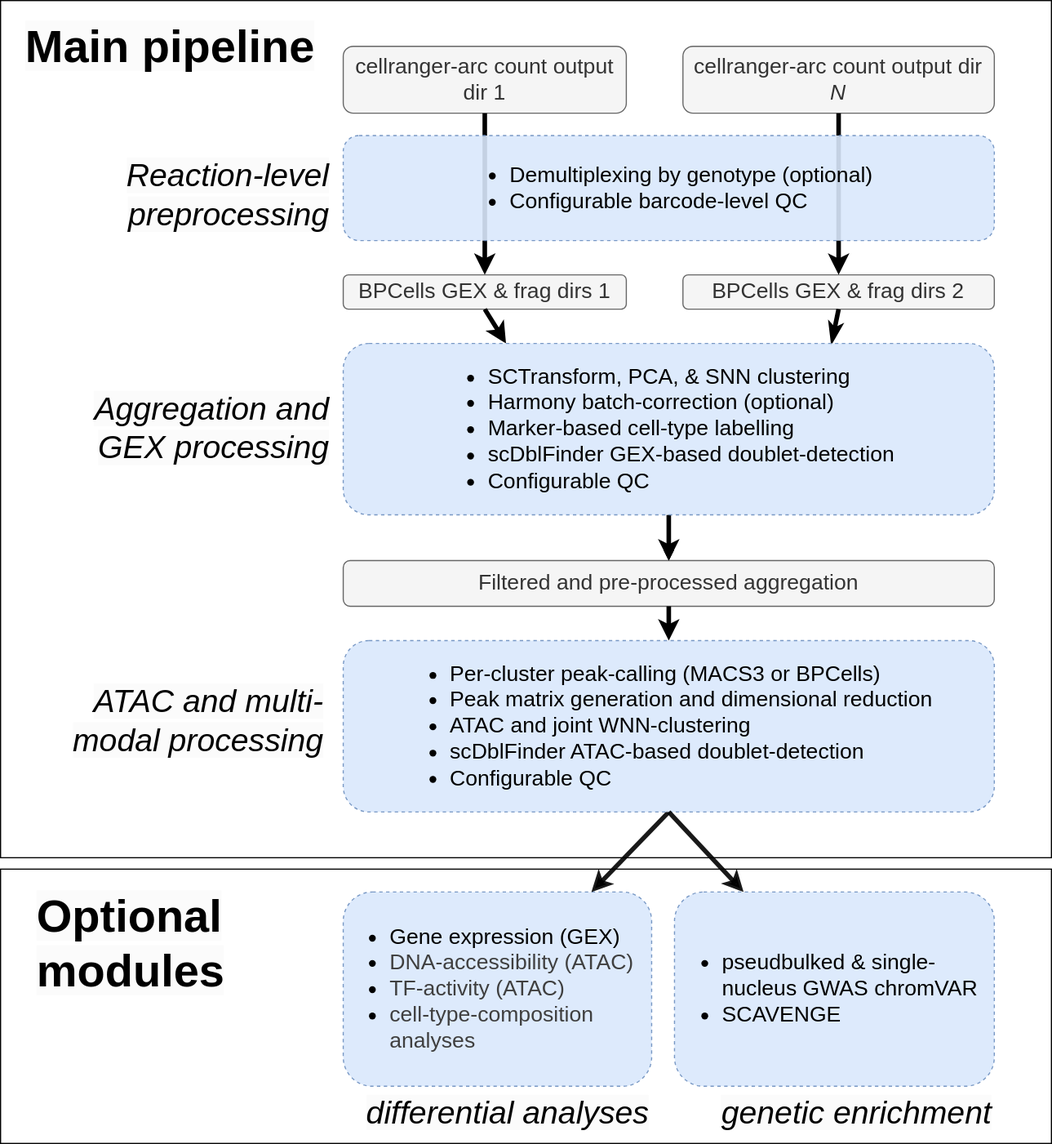
Earlier version of the draw.io export website/figures/multiomeR_overview.drawio.svg (koefoeden/multiomeR). Source tidied: cells renumbered, new cells last; positions are measured from the earlier drawing's top-left corner, leaving out a move shared by most shapes.
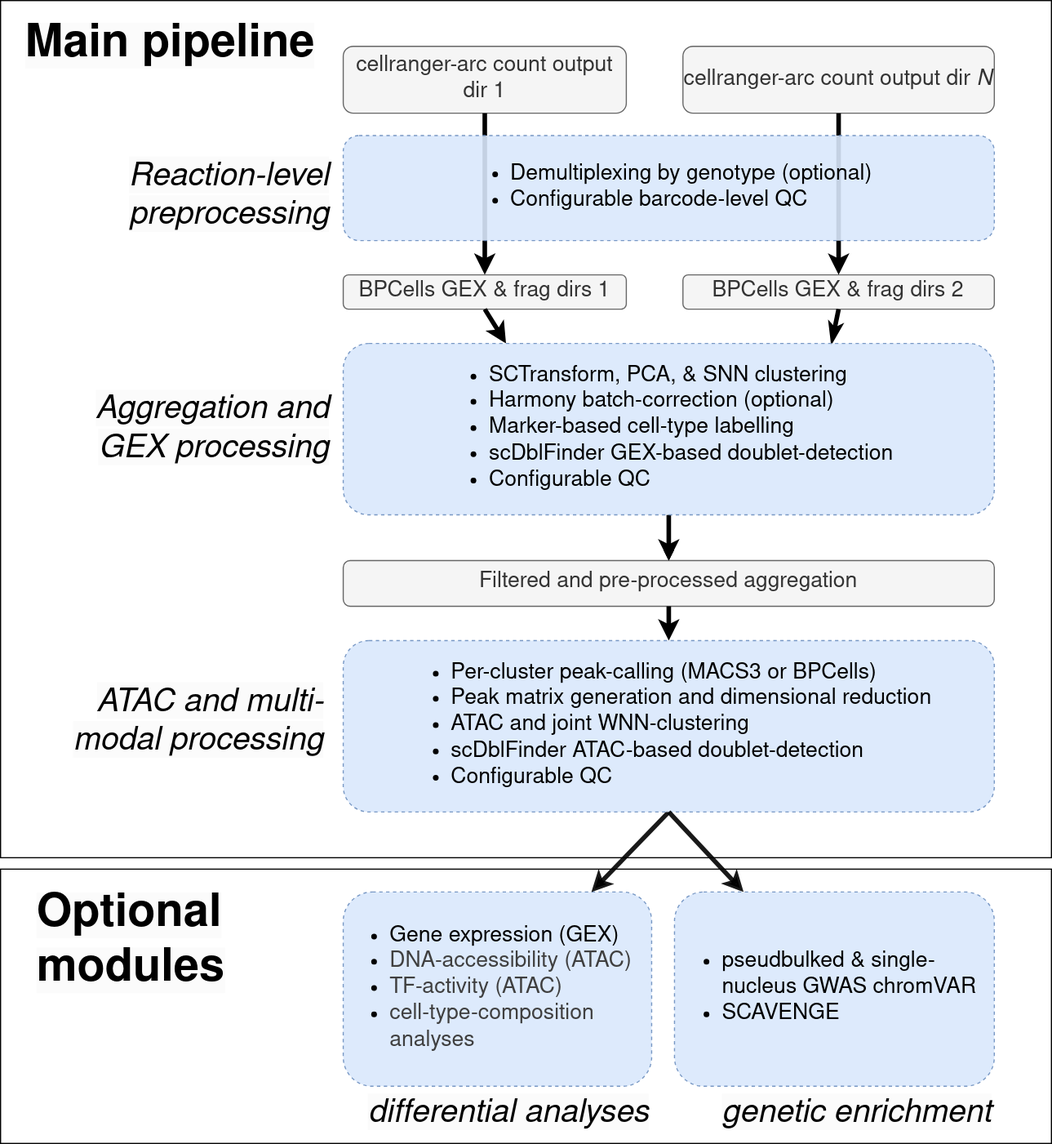
Later version of the same file.

The edit, as a diff of the source:
```diff
@@ -8,13 +8,13 @@
     <mxCell id="3" style="whiteSpace=wrap;html=1;" parent="1" vertex="1">
       <mxGeometry width="920" height="750" as="geometry" />
     </mxCell>
-    <mxCell id="4" value="&lt;span style=&quot;border-color: rgb(218, 220, 224); color: rgb(0, 0, 0); font-family: Helvetica; font-variant-ligatures: normal; font-variant-caps: normal; letter-spacing: normal; orphans: 2; text-indent: 0px; text-transform: none; widows: 2; word-spacing: 0px; -webkit-text-stroke-width: 0px; background-color: rgb(251, 251, 251); text-decoration-thickness: initial; text-decoration-style: initial; text-decoration-color: initial;&quot;&gt;&lt;font style=&quot;border-color: rgb(218, 220, 224);&quot;&gt;Reaction-level preprocessing&lt;/font&gt;&lt;/span&gt;" style="text;whiteSpace=wrap;html=1;fontSize=28;fontFamily=Helvetica;shadow=0;align=right;opacity=0;fillColor=none;fontStyle=2;" parent="1" vertex="1">
+    <mxCell id="4" value="&lt;span style=&quot;border-color: rgb(218, 220, 224); color: rgb(0, 0, 0); font-family: Nimbus Sans; font-variant-ligatures: normal; font-variant-caps: normal; letter-spacing: normal; orphans: 2; text-indent: 0px; text-transform: none; widows: 2; word-spacing: 0px; -webkit-text-stroke-width: 0px; background-color: rgb(251, 251, 251); text-decoration-thickness: initial; text-decoration-style: initial; text-decoration-color: initial;&quot;&gt;&lt;font style=&quot;border-color: rgb(218, 220, 224);&quot;&gt;Reaction-level preprocessing&lt;/font&gt;&lt;/span&gt;" style="text;whiteSpace=wrap;html=1;fontSize=28;fontFamily=Nimbus Sans;shadow=0;align=right;opacity=0;fillColor=none;fontStyle=2;" parent="1" vertex="1">
       <mxGeometry x="10" y="130" width="280" height="81.9" as="geometry" />
     </mxCell>
-    <mxCell id="5" value="&lt;span style=&quot;border-color: rgb(218, 220, 224); color: rgb(0, 0, 0); font-family: Helvetica; font-variant-ligatures: normal; font-variant-caps: normal; letter-spacing: normal; orphans: 2; text-indent: 0px; text-transform: none; widows: 2; word-spacing: 0px; -webkit-text-stroke-width: 0px; background-color: rgb(251, 251, 251); text-decoration-thickness: initial; text-decoration-style: initial; text-decoration-color: initial;&quot;&gt;Aggregation and GEX processing&lt;/span&gt;" style="text;whiteSpace=wrap;html=1;fontSize=28;fontFamily=Helvetica;fontColor=default;align=right;shadow=0;opacity=0;fontStyle=2;" parent="1" vertex="1">
+    <mxCell id="5" value="&lt;span style=&quot;border-color: rgb(218, 220, 224); color: rgb(0, 0, 0); font-family: Nimbus Sans; font-variant-ligatures: normal; font-variant-caps: normal; letter-spacing: normal; orphans: 2; text-indent: 0px; text-transform: none; widows: 2; word-spacing: 0px; -webkit-text-stroke-width: 0px; background-color: rgb(251, 251, 251); text-decoration-thickness: initial; text-decoration-style: initial; text-decoration-color: initial;&quot;&gt;Aggregation and GEX processing&lt;/span&gt;" style="text;whiteSpace=wrap;html=1;fontSize=28;fontFamily=Nimbus Sans;fontColor=default;align=right;shadow=0;opacity=0;fontStyle=2;" parent="1" vertex="1">
       <mxGeometry x="20" y="334.1" width="270" height="81.9" as="geometry" />
     </mxCell>
-    <mxCell id="6" value="&lt;span style=&quot;border-color: rgb(218, 220, 224); color: rgb(0, 0, 0); font-family: Helvetica; font-variant-ligatures: normal; font-variant-caps: normal; letter-spacing: normal; orphans: 2; text-indent: 0px; text-transform: none; widows: 2; word-spacing: 0px; -webkit-text-stroke-width: 0px; background-color: rgb(251, 251, 251); text-decoration-thickness: initial; text-decoration-style: initial; text-decoration-color: initial;&quot;&gt;&lt;font style=&quot;border-color: rgb(218, 220, 224);&quot;&gt;ATAC and multi-modal processing&lt;/font&gt;&lt;/span&gt;" style="text;whiteSpace=wrap;html=1;fontSize=28;align=right;shadow=0;opacity=0;fontStyle=2;" parent="1" vertex="1">
+    <mxCell id="6" value="&lt;span style=&quot;border-color: rgb(218, 220, 224); color: rgb(0, 0, 0); font-family: Nimbus Sans; font-variant-ligatures: normal; font-variant-caps: normal; letter-spacing: normal; orphans: 2; text-indent: 0px; text-transform: none; widows: 2; word-spacing: 0px; -webkit-text-stroke-width: 0px; background-color: rgb(251, 251, 251); text-decoration-thickness: initial; text-decoration-style: initial; text-decoration-color: initial;&quot;&gt;&lt;font style=&quot;border-color: rgb(218, 220, 224);&quot;&gt;ATAC and multi-modal processing&lt;/font&gt;&lt;/span&gt;" style="text;whiteSpace=wrap;html=1;fontSize=28;align=right;shadow=0;opacity=0;fontStyle=2;" parent="1" vertex="1">
       <mxGeometry x="10" y="590" width="275" height="111.9" as="geometry" />
     </mxCell>
     <mxCell id="7" value="&lt;div style=&quot;font-size: 19px;&quot;&gt;&lt;ul style=&quot;font-size: 19px;&quot;&gt;&lt;li style=&quot;text-align: justify;&quot;&gt;Gene expression (GEX)&lt;/li&gt;&lt;li style=&quot;text-align: justify;&quot;&gt;&lt;span style=&quot;color: rgb(63, 63, 63); background-color: transparent;&quot;&gt;DNA-accessibility (ATAC)&lt;/span&gt;&lt;/li&gt;&lt;li style=&quot;text-align: justify;&quot;&gt;&lt;span style=&quot;color: rgb(63, 63, 63); background-color: transparent;&quot;&gt;TF-activity (ATAC)&lt;/span&gt;&lt;/li&gt;&lt;li style=&quot;text-align: justify;&quot;&gt;&lt;span style=&quot;color: rgb(63, 63, 63); background-color: transparent;&quot;&gt;cell-type-composition analyses&lt;/span&gt;&lt;/li&gt;&lt;/ul&gt;&lt;/div&gt;" style="rounded=1;whiteSpace=wrap;html=1;dashed=1;fillColor=#dae8fc;strokeColor=#6c8ebf;opacity=90;fontSize=19;align=center;" parent="1" vertex="1">
@@ -53,7 +53,7 @@
     <mxCell id="18" style="rounded=0;jettySize=auto;html=1;entryX=0.5;entryY=0;entryDx=0;entryDy=0;fontSize=19;" parent="1" edge="1" source="21" target="15">
       <mxGeometry relative="1" as="geometry" />
     </mxCell>
-    <mxCell id="19" style="edgeStyle=none;shape=connector;rounded=0;html=1;labelBackgroundColor=default;strokeColor=default;strokeWidth=4;fontFamily=Helvetica;fontSize=19;fontColor=default;endArrow=classic;" parent="1" edge="1" source="21" target="15">
+    <mxCell id="19" style="edgeStyle=none;shape=connector;rounded=0;html=1;labelBackgroundColor=default;strokeColor=default;strokeWidth=4;fontFamily=Nimbus Sans;fontSize=19;fontColor=default;endArrow=classic;" parent="1" edge="1" source="21" target="15">
       <mxGeometry relative="1" as="geometry" />
     </mxCell>
     <mxCell id="20" style="edgeStyle=none;html=1;fontSize=19;" parent="1" edge="1" source="21" target="15">
@@ -74,19 +74,19 @@
     <mxCell id="25" value="&lt;div style=&quot;font-size: 19px;&quot;&gt;&lt;ul style=&quot;font-size: 19px;&quot;&gt;&lt;li style=&quot;font-size: 19px;&quot;&gt;pseudbulked &amp;amp; single-nucleus GWAS chromVAR&lt;/li&gt;&lt;li style=&quot;font-size: 19px;&quot;&gt;SCAVENGE&lt;/li&gt;&lt;/ul&gt;&lt;/div&gt;" style="rounded=1;whiteSpace=wrap;html=1;dashed=1;fillColor=#dae8fc;strokeColor=#6c8ebf;opacity=90;fontSize=19;align=left;" parent="1" vertex="1">
       <mxGeometry x="590" y="780" width="280" height="170" as="geometry" />
     </mxCell>
-    <mxCell id="26" value="&lt;b style=&quot;border-color: rgb(218, 220, 224); color: rgb(0, 0, 0); font-family: Helvetica; font-variant-ligatures: normal; font-variant-caps: normal; letter-spacing: normal; orphans: 2; text-indent: 0px; text-transform: none; widows: 2; word-spacing: 0px; -webkit-text-stroke-width: 0px; background-color: rgb(251, 251, 251); text-decoration-thickness: initial; text-decoration-style: initial; text-decoration-color: initial;&quot;&gt;&lt;font style=&quot;border-color: rgb(218, 220, 224);&quot;&gt;Optional modules&lt;/font&gt;&lt;/b&gt;" style="text;whiteSpace=wrap;html=1;fontSize=40;align=left;shadow=0;opacity=0;fontStyle=0;" parent="1" vertex="1">
+    <mxCell id="26" value="&lt;b style=&quot;border-color: rgb(218, 220, 224); color: rgb(0, 0, 0); font-family: Nimbus Sans; font-variant-ligatures: normal; font-variant-caps: normal; letter-spacing: normal; orphans: 2; text-indent: 0px; text-transform: none; widows: 2; word-spacing: 0px; -webkit-text-stroke-width: 0px; background-color: rgb(251, 251, 251); text-decoration-thickness: initial; text-decoration-style: initial; text-decoration-color: initial;&quot;&gt;&lt;font style=&quot;border-color: rgb(218, 220, 224);&quot;&gt;Optional modules&lt;/font&gt;&lt;/b&gt;" style="text;whiteSpace=wrap;html=1;fontSize=40;align=left;shadow=0;opacity=0;fontStyle=0;" parent="1" vertex="1">
       <mxGeometry x="30" y="770" width="220" height="110" as="geometry" />
     </mxCell>
-    <mxCell id="27" value="&lt;span style=&quot;border-color: rgb(218, 220, 224); color: rgb(0, 0, 0); font-family: Helvetica; font-variant-ligatures: normal; font-variant-caps: normal; letter-spacing: normal; orphans: 2; text-indent: 0px; text-transform: none; widows: 2; word-spacing: 0px; -webkit-text-stroke-width: 0px; background-color: rgb(251, 251, 251); text-decoration-thickness: initial; text-decoration-style: initial; text-decoration-color: initial;&quot;&gt;&lt;font style=&quot;border-color: rgb(218, 220, 224);&quot;&gt;genetic enrichment&lt;/font&gt;&lt;/span&gt;" style="text;whiteSpace=wrap;html=1;fontSize=28;align=right;shadow=0;opacity=0;fontStyle=2;" parent="1" vertex="1">
+    <mxCell id="27" value="&lt;span style=&quot;border-color: rgb(218, 220, 224); color: rgb(0, 0, 0); font-family: Nimbus Sans; font-variant-ligatures: normal; font-variant-caps: normal; letter-spacing: normal; orphans: 2; text-indent: 0px; text-transform: none; widows: 2; word-spacing: 0px; -webkit-text-stroke-width: 0px; background-color: rgb(251, 251, 251); text-decoration-thickness: initial; text-decoration-style: initial; text-decoration-color: initial;&quot;&gt;&lt;font style=&quot;border-color: rgb(218, 220, 224);&quot;&gt;genetic enrichment&lt;/font&gt;&lt;/span&gt;" style="text;whiteSpace=wrap;html=1;fontSize=28;align=right;shadow=0;opacity=0;fontStyle=2;" parent="1" vertex="1">
       <mxGeometry x="560" y="950" width="310" height="50" as="geometry" />
     </mxCell>
-    <mxCell id="28" value="&lt;span style=&quot;border-color: rgb(218, 220, 224); color: rgb(0, 0, 0); font-family: Helvetica; font-variant-ligatures: normal; font-variant-caps: normal; letter-spacing: normal; orphans: 2; text-indent: 0px; text-transform: none; widows: 2; word-spacing: 0px; -webkit-text-stroke-width: 0px; background-color: rgb(251, 251, 251); text-decoration-thickness: initial; text-decoration-style: initial; text-decoration-color: initial;&quot;&gt;&lt;font style=&quot;border-color: rgb(218, 220, 224);&quot;&gt;differential analyses&lt;/font&gt;&lt;/span&gt;" style="text;whiteSpace=wrap;html=1;fontSize=28;align=right;shadow=0;opacity=0;fontStyle=2;" parent="1" vertex="1">
+    <mxCell id="28" value="&lt;span style=&quot;border-color: rgb(218, 220, 224); color: rgb(0, 0, 0); font-family: Nimbus Sans; font-variant-ligatures: normal; font-variant-caps: normal; letter-spacing: normal; orphans: 2; text-indent: 0px; text-transform: none; widows: 2; word-spacing: 0px; -webkit-text-stroke-width: 0px; background-color: rgb(251, 251, 251); text-decoration-thickness: initial; text-decoration-style: initial; text-decoration-color: initial;&quot;&gt;&lt;font style=&quot;border-color: rgb(218, 220, 224);&quot;&gt;differential analyses&lt;/font&gt;&lt;/span&gt;" style="text;whiteSpace=wrap;html=1;fontSize=28;align=right;shadow=0;opacity=0;fontStyle=2;" parent="1" vertex="1">
       <mxGeometry x="230" y="950" width="340" height="50" as="geometry" />
     </mxCell>
     <mxCell id="29" style="edgeStyle=none;html=1;fontSize=19;fillColor=#dae8fc;strokeColor=default;opacity=90;rounded=0;strokeWidth=4;exitX=0.5;exitY=1;exitDx=0;exitDy=0;" parent="1" edge="1" source="22" target="25">
       <mxGeometry relative="1" as="geometry" />
     </mxCell>
-    <mxCell id="30" value="&lt;b style=&quot;border-color: rgb(218, 220, 224); color: rgb(0, 0, 0); font-family: Helvetica; font-variant-ligatures: normal; font-variant-caps: normal; letter-spacing: normal; orphans: 2; text-indent: 0px; text-transform: none; widows: 2; word-spacing: 0px; -webkit-text-stroke-width: 0px; background-color: rgb(251, 251, 251); text-decoration-thickness: initial; text-decoration-style: initial; text-decoration-color: initial;&quot;&gt;&lt;font style=&quot;border-color: rgb(218, 220, 224);&quot;&gt;Main pipeline&lt;/font&gt;&lt;/b&gt;" style="text;whiteSpace=wrap;html=1;fontSize=40;align=left;shadow=0;opacity=0;fontStyle=0;" parent="1" vertex="1">
+    <mxCell id="30" value="&lt;b style=&quot;border-color: rgb(218, 220, 224); color: rgb(0, 0, 0); font-family: Nimbus Sans; font-variant-ligatures: normal; font-variant-caps: normal; letter-spacing: normal; orphans: 2; text-indent: 0px; text-transform: none; widows: 2; word-spacing: 0px; -webkit-text-stroke-width: 0px; background-color: rgb(251, 251, 251); text-decoration-thickness: initial; text-decoration-style: initial; text-decoration-color: initial;&quot;&gt;&lt;font style=&quot;border-color: rgb(218, 220, 224);&quot;&gt;Main pipeline&lt;/font&gt;&lt;/b&gt;" style="text;whiteSpace=wrap;html=1;fontSize=40;align=left;shadow=0;opacity=0;fontStyle=0;" parent="1" vertex="1">
       <mxGeometry x="20" y="8.6" width="310" height="90" as="geometry" />
     </mxCell>
   </root>
```
